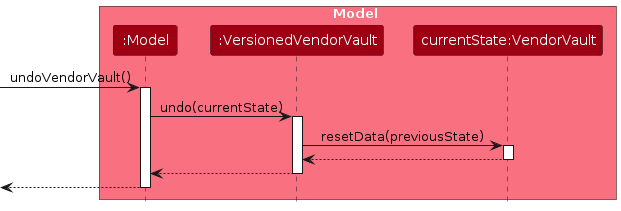
Before: diagrams/UndoSequenceDiagram-Model.png, a diagram exported from PlantUML (jolenechong/tp). Its source is kept beside it as diagrams/UndoSequenceDiagram-Model.puml.
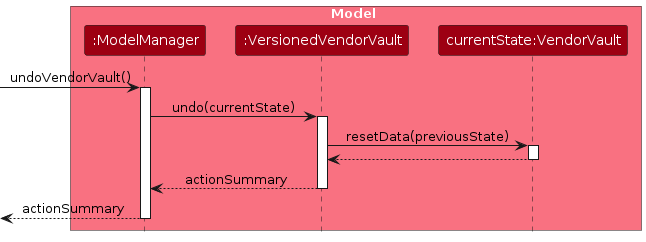
The same diagram one commit later.

Diff of the diagram source:
```diff
@@ -3,7 +3,7 @@
 skinparam ArrowFontStyle plain
 
 box Model MODEL_COLOR_T1
-participant ":Model" as Model MODEL_COLOR
+participant ":ModelManager" as Model MODEL_COLOR
 participant ":VersionedVendorVault" as VersionedVendorVault MODEL_COLOR
 participant "currentState:VendorVault" as VendorVault MODEL_COLOR
 end box
@@ -19,10 +19,10 @@
 VendorVault --> VersionedVendorVault
 deactivate VendorVault
 
-VersionedVendorVault --> Model
+VersionedVendorVault --> Model : actionSummary
 deactivate VersionedVendorVault
 
-[<-- Model
+[<-- Model : actionSummary
 deactivate Model
 
 @enduml
```
